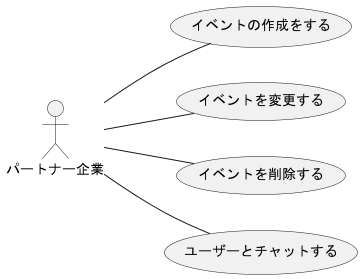
Above: out/F_usecase_client/パートナー企業_usecase(2).png in ksw2270227/GroupF (PlantUML), before the change.
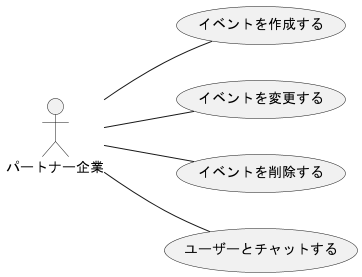
After the change.

The edit, as a diff of the source:
```diff
@@ -2,7 +2,7 @@
 left to right direction
 actor パートナー企業
 
-パートナー企業 -- (イベントの作成をする)
+パートナー企業 -- (イベントを作成する)
 パートナー企業 -- (イベントを変更する)
 パートナー企業 -- (イベントを削除する)
 パートナー企業 -- (ユーザーとチャットする)
```
